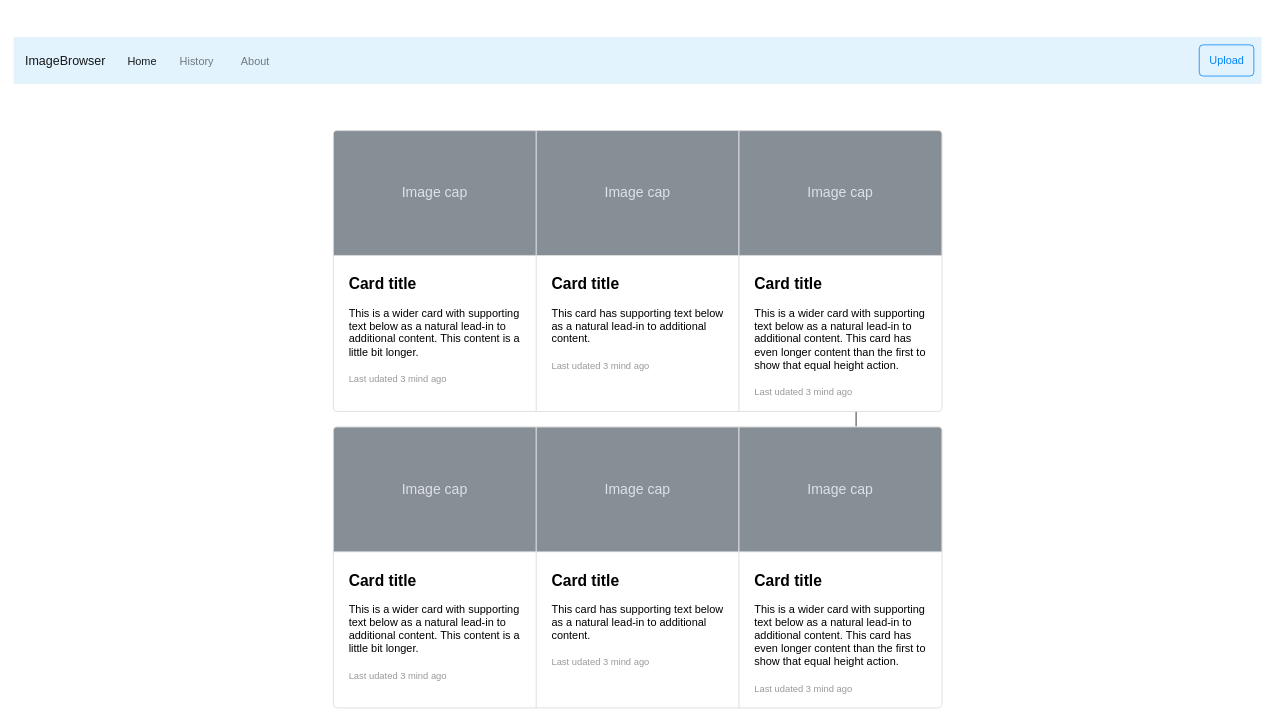
The draw.io diagram page "Home/History Page" (2 of 5) of doc/design.drawio in xuan25/COM3504-Realtime-Chatting-Drawing-Assignment, before the edit. Source tidied: cells renumbered, new cells numbered last; positions are measured from the earlier drawing's top-left corner, leaving out a move shared by most shapes. Both pictures are drawn from the tidied source at 78%, with x=0, y=0 at pixel (13, 37).
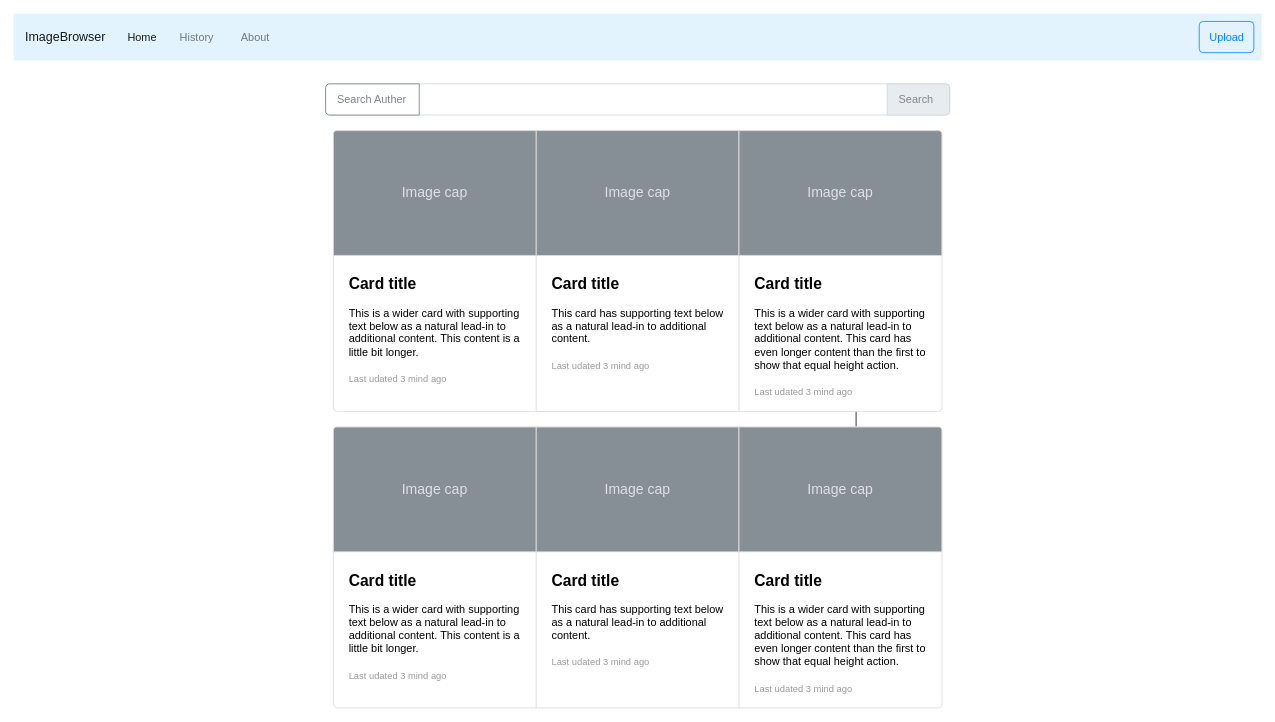
Above is the later version.

What changed in the source:
```diff
@@
     <mxCell id="10" value="ImageBrowser" style="html=1;shadow=0;dashed=0;fillColor=#E3F3FD;strokeColor=none;fontSize=16;fontColor=#161819;align=left;spacing=15;" parent="1" vertex="1">
-      <mxGeometry width="1600" height="60" as="geometry" />
+      <mxGeometry y="-30" width="1600" height="60" as="geometry" />
     </mxCell>
@@
+    <mxCell id="22" style="html=1;shadow=0;dashed=0;shape=mxgraph.bootstrap.rrect;rSize=5;strokeColor=#CED4DA;html=1;whiteSpace=wrap;fillColor=#FFFFFF;fontColor=#7D868C;align=left;spacing=15;spacingLeft=80;fontSize=14;" parent="1" vertex="1">
+      <mxGeometry x="400" y="60" width="800" height="40" as="geometry" />
+    </mxCell>
+    <mxCell id="23" value="Search Auther" style="html=1;shadow=0;dashed=0;shape=mxgraph.bootstrap.leftButton;strokeColor=#6C757D;gradientColor=inherit;fontColor=inherit;fillColor=#ffffff;rSize=5;perimeter=none;whiteSpace=wrap;fontSize=14;align=left;spacing=15;" parent="22" vertex="1">
+      <mxGeometry width="120" height="40" relative="1" as="geometry" />
+    </mxCell>
+    <mxCell id="24" value="Search" style="html=1;shadow=0;dashed=0;shape=mxgraph.bootstrap.rightButton;strokeColor=#CED4DA;gradientColor=inherit;fontColor=inherit;fillColor=#E9ECEF;rSize=5;perimeter=none;whiteSpace=wrap;fontSize=14;align=left;spacing=15;" parent="22" vertex="1">
+      <mxGeometry x="1" width="80" height="40" relative="1" as="geometry">
+        <mxPoint x="-80" as="offset" />
+      </mxGeometry>
+    </mxCell>
```
